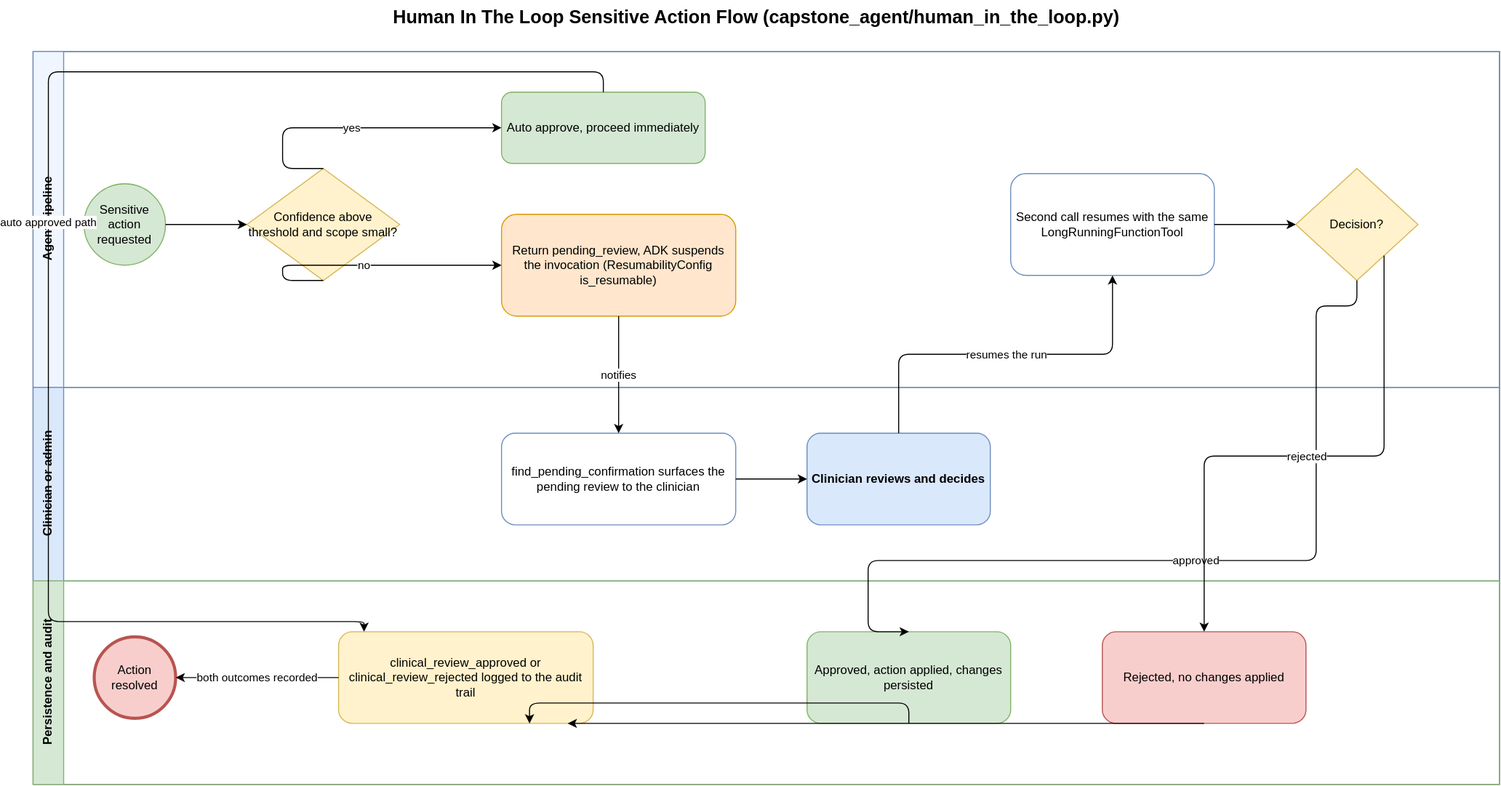
Above: frontend/public/diagrams/svg/15-human-in-the-loop-bpmn.svg in GeorgiNaydenov/Google-Capstone-Project (draw.io), before the change. Source tidied: cells renumbered, new cells last; positions are measured from the earlier drawing's top-left corner, leaving out a move shared by most shapes. The source it was exported from:
```xml
<mxGraphModel>
  <root>
    <mxCell id="0" />
    <mxCell id="1" parent="0" />
    <mxCell id="2" value="Human In The Loop Sensitive Action Flow (capstone_agent/human_in_the_loop.py)" style="text;html=1;fontSize=18;fontStyle=1;align=center;" parent="1" vertex="1">
      <mxGeometry x="340" width="740" height="30" as="geometry" />
    </mxCell>
    <mxCell id="3" style="swimlane;html=1;startSize=0;horizontal=0;fillColor=none;strokeColor=#666666;" parent="1" vertex="1">
      <mxGeometry y="50" width="1440" height="720" as="geometry" />
    </mxCell>
    <mxCell id="4" value="Agent pipeline" style="swimlane;html=1;startSize=30;horizontal=0;fillColor=#f0f6ff;strokeColor=#6c8ebf;fontStyle=1;" parent="3" vertex="1">
      <mxGeometry width="1440" height="330" as="geometry" />
    </mxCell>
    <mxCell id="5" value="Sensitive action requested" style="ellipse;whiteSpace=wrap;html=1;fillColor=#d5e8d4;strokeColor=#82b366;" parent="4" vertex="1">
      <mxGeometry x="50" y="130" width="80" height="80" as="geometry" />
    </mxCell>
    <mxCell id="6" value="Confidence above threshold and scope small?" style="rhombus;whiteSpace=wrap;html=1;fillColor=#fff2cc;strokeColor=#d6b656;" parent="4" vertex="1">
      <mxGeometry x="210" y="115" width="150" height="110" as="geometry" />
    </mxCell>
    <mxCell id="7" value="Auto approve, proceed immediately" style="rounded=1;whiteSpace=wrap;html=1;fillColor=#d5e8d4;strokeColor=#82b366;" parent="4" vertex="1">
      <mxGeometry x="460" y="40" width="200" height="70" as="geometry" />
    </mxCell>
    <mxCell id="8" value="Return pending_review, ADK suspends the invocation (ResumabilityConfig is_resumable)" style="rounded=1;whiteSpace=wrap;html=1;fillColor=#ffe6cc;strokeColor=#d79b00;" parent="4" vertex="1">
      <mxGeometry x="460" y="160" width="230" height="100" as="geometry" />
    </mxCell>
    <mxCell id="9" value="Second call resumes with the same LongRunningFunctionTool" style="rounded=1;whiteSpace=wrap;html=1;fillColor=#ffffff;strokeColor=#6c8ebf;" parent="4" vertex="1">
      <mxGeometry x="960" y="120" width="200" height="100" as="geometry" />
    </mxCell>
    <mxCell id="10" value="Decision?" style="rhombus;whiteSpace=wrap;html=1;fillColor=#fff2cc;strokeColor=#d6b656;" parent="4" vertex="1">
      <mxGeometry x="1240" y="115" width="120" height="110" as="geometry" />
    </mxCell>
    <mxCell id="11" value="Clinician or admin" style="swimlane;html=1;startSize=30;horizontal=0;fillColor=#dae8fc;strokeColor=#6c8ebf;fontStyle=1;" parent="3" vertex="1">
      <mxGeometry y="330" width="1440" height="190" as="geometry" />
    </mxCell>
    <mxCell id="12" value="find_pending_confirmation surfaces the pending review to the clinician" style="rounded=1;whiteSpace=wrap;html=1;fillColor=#ffffff;strokeColor=#6c8ebf;" parent="11" vertex="1">
      <mxGeometry x="460" y="45" width="230" height="90" as="geometry" />
    </mxCell>
    <mxCell id="13" value="Clinician reviews and decides" style="rounded=1;whiteSpace=wrap;html=1;fillColor=#dae8fc;strokeColor=#6c8ebf;fontStyle=1;" parent="11" vertex="1">
      <mxGeometry x="760" y="45" width="180" height="90" as="geometry" />
    </mxCell>
    <mxCell id="14" value="Persistence and audit" style="swimlane;html=1;startSize=30;horizontal=0;fillColor=#d5e8d4;strokeColor=#82b366;fontStyle=1;" parent="3" vertex="1">
      <mxGeometry y="520" width="1440" height="200" as="geometry" />
    </mxCell>
    <mxCell id="15" value="Action resolved" style="ellipse;whiteSpace=wrap;html=1;fillColor=#f8cecc;strokeColor=#b85450;strokeWidth=3;" parent="14" vertex="1">
      <mxGeometry x="60" y="55" width="80" height="80" as="geometry" />
    </mxCell>
    <mxCell id="16" value="clinical_review_approved or clinical_review_rejected logged to the audit trail" style="rounded=1;whiteSpace=wrap;html=1;fillColor=#fff2cc;strokeColor=#d6b656;" parent="14" vertex="1">
      <mxGeometry x="300" y="50" width="250" height="90" as="geometry" />
    </mxCell>
    <mxCell id="17" value="Approved, action applied, changes persisted" style="rounded=1;whiteSpace=wrap;html=1;fillColor=#d5e8d4;strokeColor=#82b366;" parent="14" vertex="1">
      <mxGeometry x="760" y="50" width="200" height="90" as="geometry" />
    </mxCell>
    <mxCell id="18" value="Rejected, no changes applied" style="rounded=1;whiteSpace=wrap;html=1;fillColor=#f8cecc;strokeColor=#b85450;" parent="14" vertex="1">
      <mxGeometry x="1050" y="50" width="200" height="90" as="geometry" />
    </mxCell>
    <mxCell id="19" style="edgeStyle=orthogonalEdgeStyle;rounded=1;jettySize=auto;html=1;exitX=1;exitY=0.5;entryX=0;entryY=0.5;" parent="1" edge="1" source="5" target="6">
      <mxGeometry relative="1" as="geometry" />
    </mxCell>
    <mxCell id="20" value="yes" style="edgeStyle=orthogonalEdgeStyle;rounded=1;jettySize=auto;html=1;exitX=0.5;exitY=0;entryX=0;entryY=0.5;labelBackgroundColor=#ffffff;fontSize=11;" parent="1" edge="1" source="6" target="7">
      <mxGeometry relative="1" as="geometry">
        <Array as="points">
          <mxPoint x="245" y="125" />
        </Array>
      </mxGeometry>
    </mxCell>
    <mxCell id="21" value="no" style="edgeStyle=orthogonalEdgeStyle;rounded=1;jettySize=auto;html=1;exitX=0.5;exitY=1;entryX=0;entryY=0.5;labelBackgroundColor=#ffffff;fontSize=11;" parent="1" edge="1" source="6" target="8">
      <mxGeometry relative="1" as="geometry">
        <Array as="points">
          <mxPoint x="245" y="260" />
        </Array>
      </mxGeometry>
    </mxCell>
    <mxCell id="22" value="notifies" style="edgeStyle=orthogonalEdgeStyle;rounded=1;jettySize=auto;html=1;exitX=0.5;exitY=1;entryX=0.5;entryY=0;labelBackgroundColor=#ffffff;fontSize=11;" parent="1" edge="1" source="8" target="12">
      <mxGeometry relative="1" as="geometry" />
    </mxCell>
    <mxCell id="23" style="edgeStyle=orthogonalEdgeStyle;rounded=1;jettySize=auto;html=1;exitX=1;exitY=0.5;entryX=0;entryY=0.5;" parent="1" edge="1" source="12" target="13">
      <mxGeometry relative="1" as="geometry" />
    </mxCell>
    <mxCell id="24" value="resumes the run" style="edgeStyle=orthogonalEdgeStyle;rounded=1;jettySize=auto;html=1;exitX=0.5;exitY=0;entryX=0.5;entryY=1;labelBackgroundColor=#ffffff;fontSize=11;" parent="1" edge="1" source="13" target="9">
      <mxGeometry relative="1" as="geometry" />
    </mxCell>
    <mxCell id="25" style="edgeStyle=orthogonalEdgeStyle;rounded=1;jettySize=auto;html=1;exitX=1;exitY=0.5;entryX=0;entryY=0.5;" parent="1" edge="1" source="9" target="10">
      <mxGeometry relative="1" as="geometry" />
    </mxCell>
    <mxCell id="26" value="approved" style="edgeStyle=orthogonalEdgeStyle;rounded=1;jettySize=auto;html=1;exitX=0.5;exitY=1;entryX=0.5;entryY=0;labelBackgroundColor=#ffffff;fontSize=11;" parent="1" edge="1" source="10" target="17">
      <mxGeometry relative="1" as="geometry">
        <Array as="points">
          <mxPoint x="1260" y="300" />
          <mxPoint x="1260" y="550" />
          <mxPoint x="820" y="550" />
        </Array>
      </mxGeometry>
    </mxCell>
    <mxCell id="27" value="rejected" style="edgeStyle=orthogonalEdgeStyle;rounded=1;jettySize=auto;html=1;exitX=0.9;exitY=1;entryX=0.5;entryY=0;labelBackgroundColor=#ffffff;fontSize=11;" parent="1" edge="1" source="10" target="18">
      <mxGeometry relative="1" as="geometry" />
    </mxCell>
    <mxCell id="28" value="auto approved path" style="edgeStyle=orthogonalEdgeStyle;rounded=1;jettySize=auto;html=1;exitX=0.5;exitY=0;entryX=0.1;entryY=0;labelBackgroundColor=#ffffff;fontSize=11;" parent="1" edge="1" source="7" target="16">
      <mxGeometry relative="1" as="geometry">
        <Array as="points">
          <mxPoint x="560" y="70" />
          <mxPoint x="15" y="70" />
          <mxPoint x="15" y="610" />
          <mxPoint x="325" y="610" />
        </Array>
      </mxGeometry>
    </mxCell>
    <mxCell id="29" style="edgeStyle=orthogonalEdgeStyle;rounded=1;jettySize=auto;html=1;exitX=0.5;exitY=1;entryX=0.75;entryY=1;" parent="1" edge="1" source="17" target="16">
      <mxGeometry relative="1" as="geometry">
        <Array as="points">
          <mxPoint x="820" y="690" />
          <mxPoint x="450" y="690" />
        </Array>
      </mxGeometry>
    </mxCell>
    <mxCell id="30" style="edgeStyle=orthogonalEdgeStyle;rounded=1;jettySize=auto;html=1;exitX=0.5;exitY=1;entryX=0.9;entryY=1;" parent="1" edge="1" source="18" target="16">
      <mxGeometry relative="1" as="geometry">
        <Array as="points">
          <mxPoint x="1110" y="710" />
          <mxPoint x="485" y="710" />
        </Array>
      </mxGeometry>
    </mxCell>
    <mxCell id="31" value="both outcomes recorded" style="edgeStyle=orthogonalEdgeStyle;rounded=1;jettySize=auto;html=1;exitX=0;exitY=0.5;entryX=1;entryY=0.5;labelBackgroundColor=#ffffff;fontSize=11;" parent="1" edge="1" source="16" target="15">
      <mxGeometry relative="1" as="geometry" />
    </mxCell>
  </root>
</mxGraphModel>
```
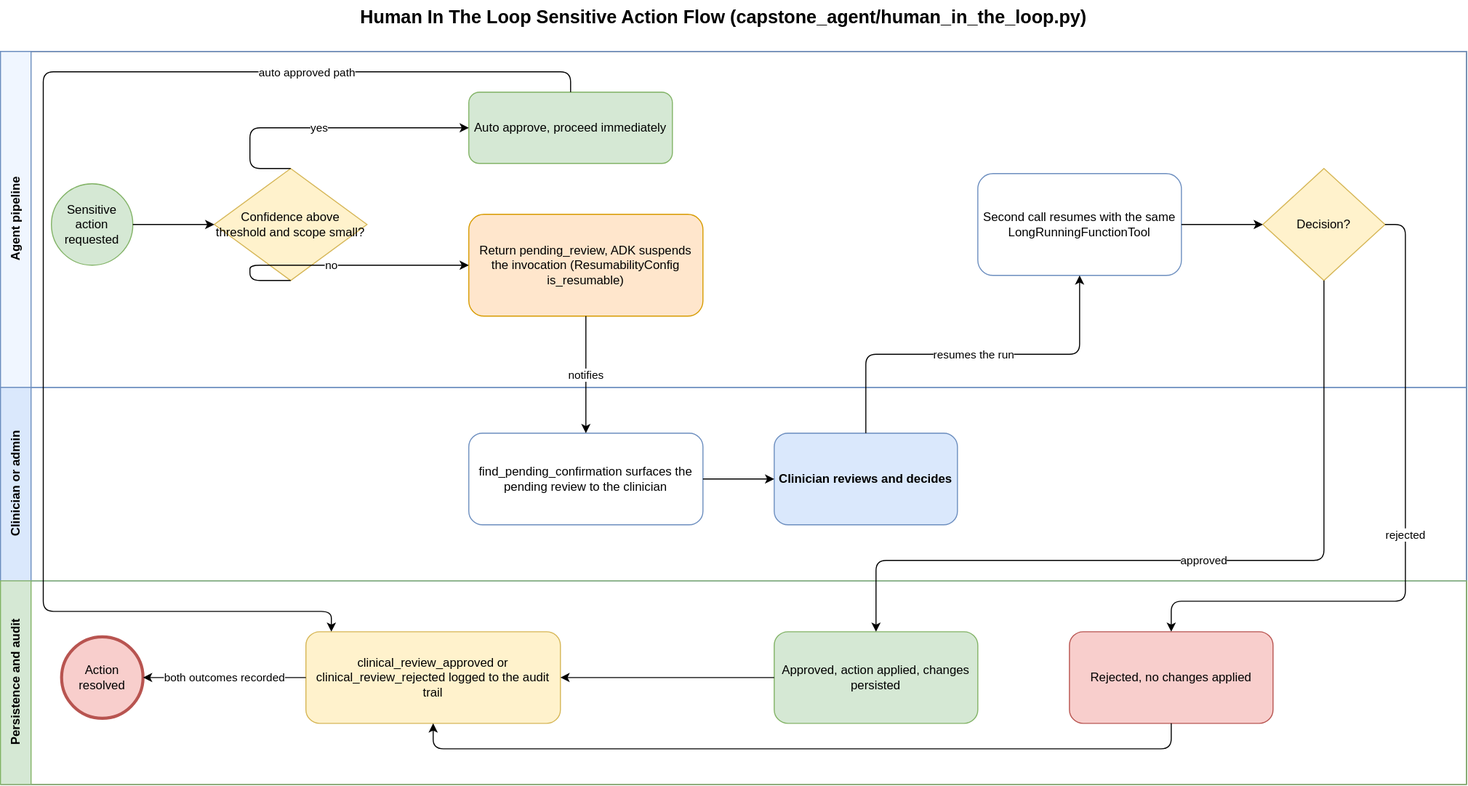
Above is the later version.

The edit, as a diff of the source:
```diff
@@ -85,38 +85,39 @@
     <mxCell id="26" value="approved" style="edgeStyle=orthogonalEdgeStyle;rounded=1;jettySize=auto;html=1;exitX=0.5;exitY=1;entryX=0.5;entryY=0;labelBackgroundColor=#ffffff;fontSize=11;" parent="1" edge="1" source="10" target="17">
       <mxGeometry relative="1" as="geometry">
         <Array as="points">
-          <mxPoint x="1260" y="300" />
-          <mxPoint x="1260" y="550" />
-          <mxPoint x="820" y="550" />
+          <mxPoint x="1300" y="550" />
+          <mxPoint x="860" y="550" />
         </Array>
       </mxGeometry>
     </mxCell>
-    <mxCell id="27" value="rejected" style="edgeStyle=orthogonalEdgeStyle;rounded=1;jettySize=auto;html=1;exitX=0.9;exitY=1;entryX=0.5;entryY=0;labelBackgroundColor=#ffffff;fontSize=11;" parent="1" edge="1" source="10" target="18">
-      <mxGeometry relative="1" as="geometry" />
+    <mxCell id="27" value="rejected" style="edgeStyle=orthogonalEdgeStyle;rounded=1;jettySize=auto;html=1;exitX=1;exitY=0.5;entryX=0.5;entryY=0;labelBackgroundColor=#ffffff;fontSize=11;" parent="1" edge="1" source="10" target="18">
+      <mxGeometry relative="1" as="geometry">
+        <Array as="points">
+          <mxPoint x="1380" y="220" />
+          <mxPoint x="1380" y="590" />
+          <mxPoint x="1150" y="590" />
+        </Array>
+      </mxGeometry>
     </mxCell>
     <mxCell id="28" value="auto approved path" style="edgeStyle=orthogonalEdgeStyle;rounded=1;jettySize=auto;html=1;exitX=0.5;exitY=0;entryX=0.1;entryY=0;labelBackgroundColor=#ffffff;fontSize=11;" parent="1" edge="1" source="7" target="16">
       <mxGeometry relative="1" as="geometry">
         <Array as="points">
           <mxPoint x="560" y="70" />
-          <mxPoint x="15" y="70" />
-          <mxPoint x="15" y="610" />
-          <mxPoint x="325" y="610" />
+          <mxPoint x="42" y="70" />
+          <mxPoint x="42" y="600" />
+          <mxPoint x="325" y="600" />
         </Array>
+        <mxPoint x="259" y="-147" as="offset" />
       </mxGeometry>
     </mxCell>
-    <mxCell id="29" style="edgeStyle=orthogonalEdgeStyle;rounded=1;jettySize=auto;html=1;exitX=0.5;exitY=1;entryX=0.75;entryY=1;" parent="1" edge="1" source="17" target="16">
-      <mxGeometry relative="1" as="geometry">
-        <Array as="points">
-          <mxPoint x="820" y="690" />
-          <mxPoint x="450" y="690" />
-        </Array>
-      </mxGeometry>
+    <mxCell id="29" style="edgeStyle=orthogonalEdgeStyle;rounded=1;jettySize=auto;html=1;exitX=0;exitY=0.5;entryX=1;entryY=0.5;" parent="1" edge="1" source="17" target="16">
+      <mxGeometry relative="1" as="geometry" />
     </mxCell>
-    <mxCell id="30" style="edgeStyle=orthogonalEdgeStyle;rounded=1;jettySize=auto;html=1;exitX=0.5;exitY=1;entryX=0.9;entryY=1;" parent="1" edge="1" source="18" target="16">
+    <mxCell id="30" style="edgeStyle=orthogonalEdgeStyle;rounded=1;jettySize=auto;html=1;exitX=0.5;exitY=1;entryX=0.5;entryY=1;" parent="1" edge="1" source="18" target="16">
       <mxGeometry relative="1" as="geometry">
         <Array as="points">
-          <mxPoint x="1110" y="710" />
-          <mxPoint x="485" y="710" />
+          <mxPoint x="1150" y="735" />
+          <mxPoint x="425" y="735" />
         </Array>
       </mxGeometry>
     </mxCell>
```
